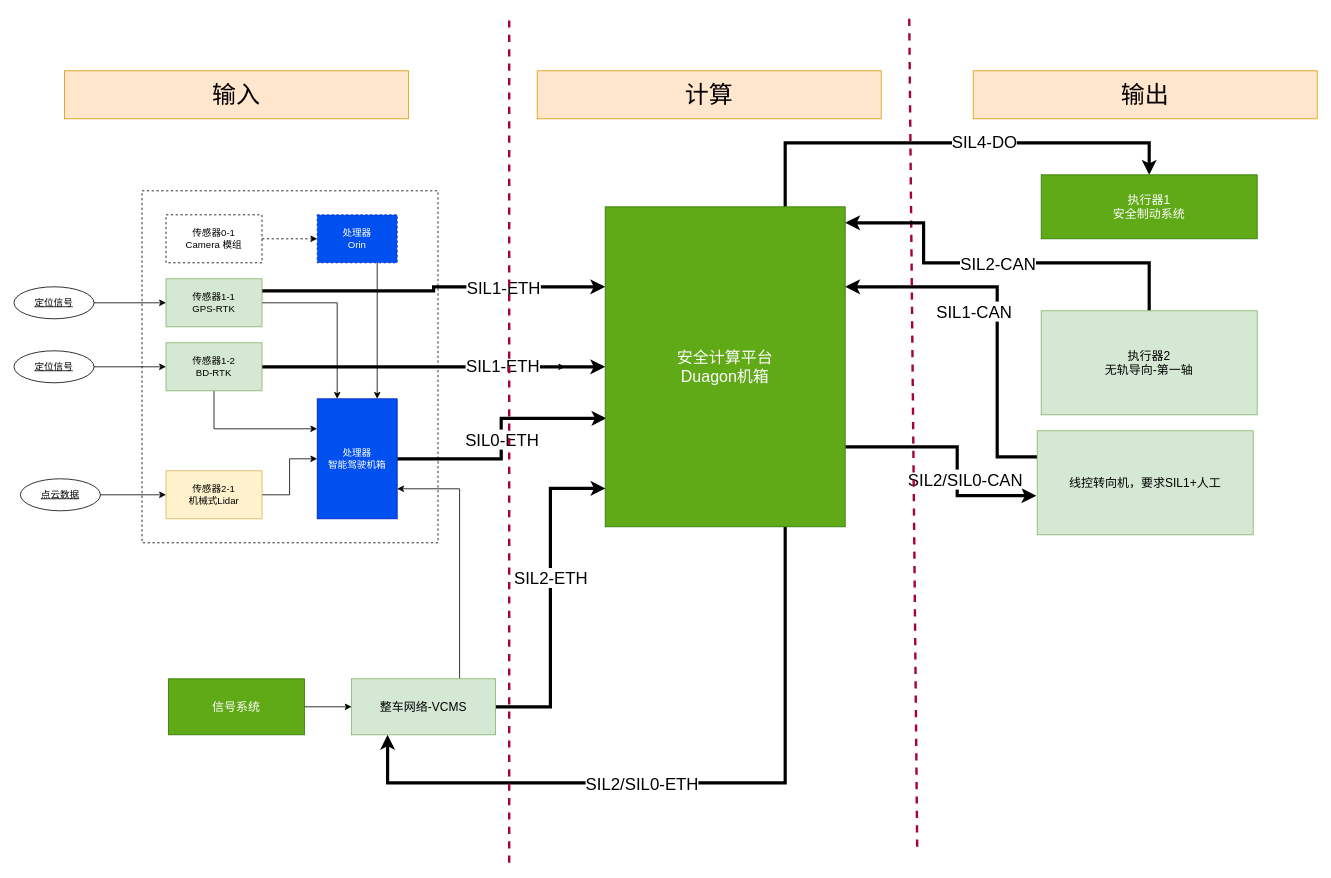
The draw.io diagram page "实体关系-SIL4" (1 of 3) of 马来循迹控制_SIL2方案_V2_pub230815.drawio in FrankWong-cs/SharingwithColleagues, before the edit. Source tidied: cells renumbered, new cells numbered last; positions are measured from the earlier drawing's top-left corner, leaving out a move shared by most shapes. Both pictures are drawn from the tidied source at 80%, with x=0, y=0 at pixel (14, 14).
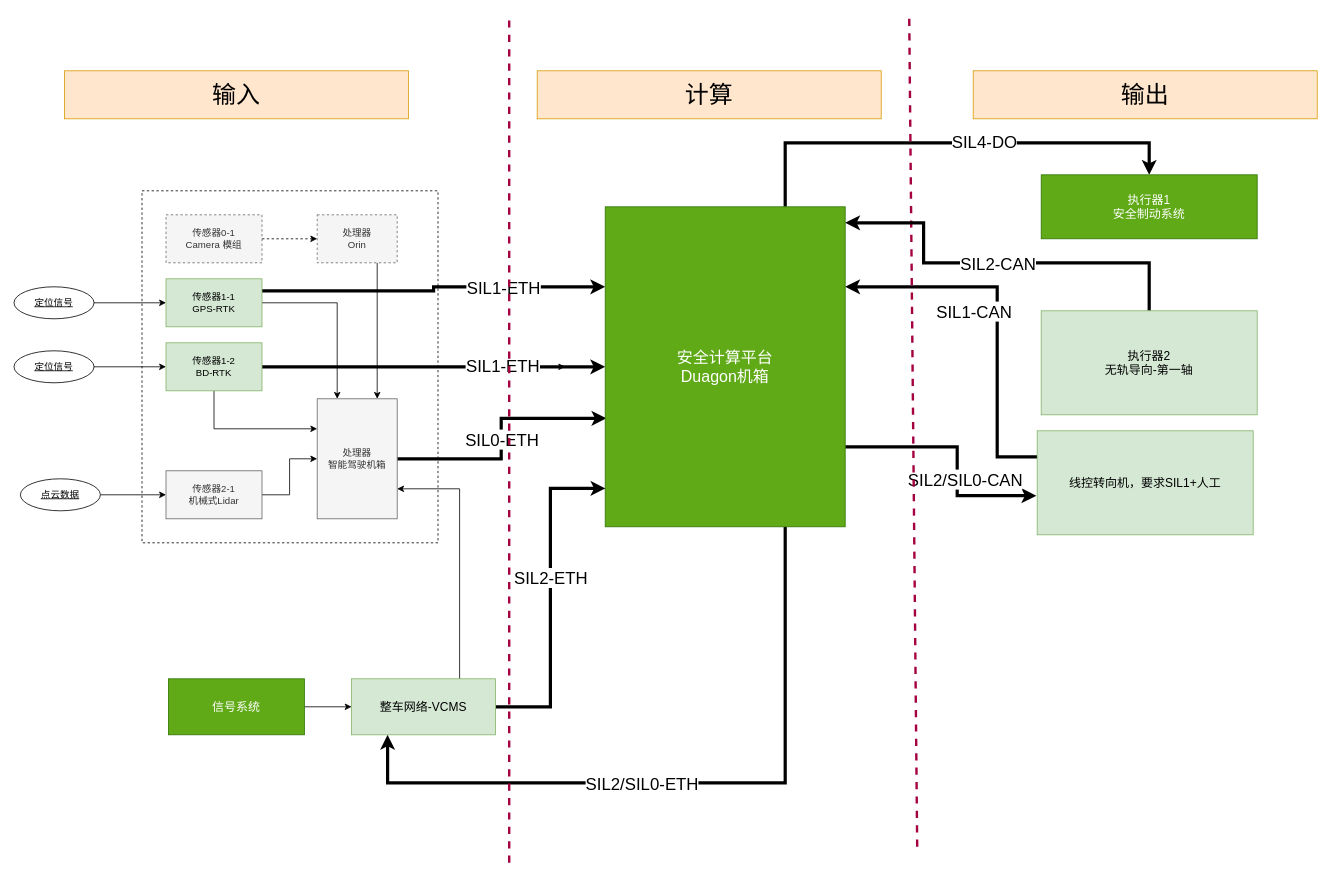
The same page after the edit.

Commit message:
Update 马来循迹控制_SIL2方案_V2_pub230815.drawio

Diff of the diagram source:
```diff
@@
-    <mxCell id="13" value="传感器2-1&lt;br&gt;机械式Lidar" style="rounded=0;whiteSpace=wrap;html=1;fillColor=#fff2cc;strokeColor=#d6b656;" parent="1" vertex="1">
+    <mxCell id="13" value="传感器2-1&lt;br&gt;机械式Lidar" style="rounded=0;whiteSpace=wrap;html=1;fillColor=#f5f5f5;strokeColor=#666666;fontColor=#333333;" parent="1" vertex="1">
       <mxGeometry x="190" y="570" width="120" height="60" as="geometry" />
     </mxCell>
@@
-    <mxCell id="15" value="传感器0-1&lt;br&gt;Camera 模组" style="rounded=0;whiteSpace=wrap;html=1;dashed=1;" parent="1" vertex="1">
+    <mxCell id="15" value="传感器0-1&lt;br&gt;Camera 模组" style="rounded=0;whiteSpace=wrap;html=1;dashed=1;fillColor=#f5f5f5;fontColor=#333333;strokeColor=#666666;" parent="1" vertex="1">
       <mxGeometry x="190" y="250" width="120" height="60" as="geometry" />
     </mxCell>
@@
-    <mxCell id="23" value="处理器&lt;br&gt;Orin" style="whiteSpace=wrap;html=1;align=center;dashed=1;fillColor=#0050ef;fontColor=#ffffff;strokeColor=#001DBC;" parent="1" vertex="1">
+    <mxCell id="23" value="处理器&lt;br&gt;Orin" style="whiteSpace=wrap;html=1;align=center;dashed=1;fillColor=#f5f5f5;fontColor=#333333;strokeColor=#666666;" parent="1" vertex="1">
       <mxGeometry x="379" y="250" width="100" height="60" as="geometry" />
     </mxCell>
@@
-    <mxCell id="26" value="处理器&lt;br&gt;智能驾驶机箱" style="whiteSpace=wrap;html=1;align=center;fillColor=#0050ef;fontColor=#ffffff;strokeColor=#001DBC;" parent="1" vertex="1">
+    <mxCell id="26" value="处理器&lt;br&gt;智能驾驶机箱" style="whiteSpace=wrap;html=1;align=center;fillColor=#f5f5f5;fontColor=#333333;strokeColor=#666666;" parent="1" vertex="1">
       <mxGeometry x="379" y="480" width="100" height="150" as="geometry" />
     </mxCell>
```
